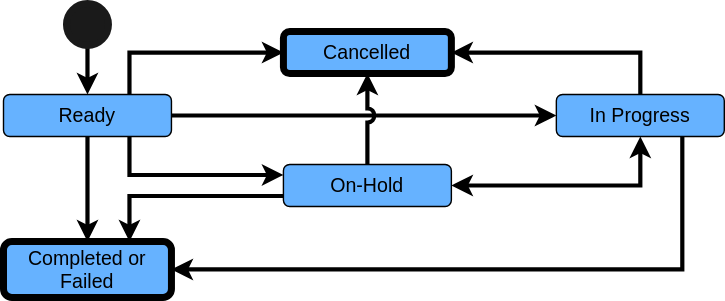
This is input/images/PatientTaskStateDiagram.svg from HL7/fhir-sdoh-clinicalcare, a draw.io export, as it was before one commit. Source tidied: cells renumbered, new cells last; positions are measured from the earlier drawing's top-left corner, leaving out a move shared by most shapes.
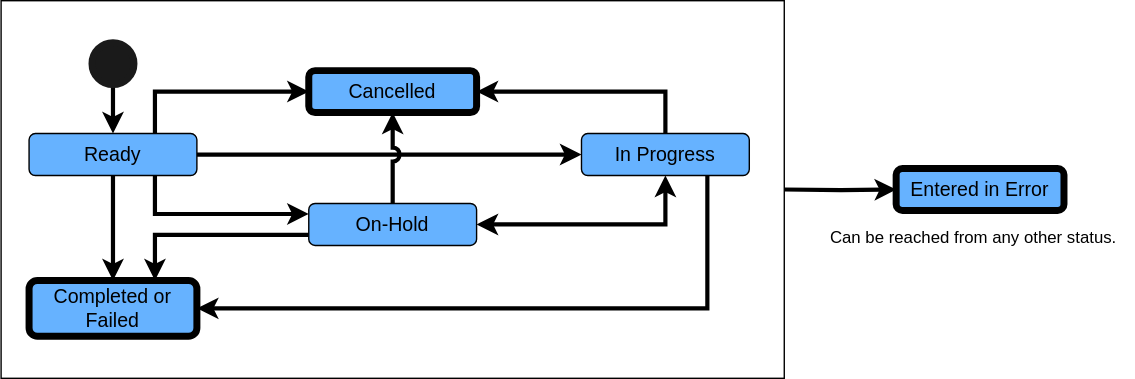
The same diagram one commit later.

Diff of the diagram source:
```diff
@@ -2,6 +2,9 @@
   <root>
     <mxCell id="0" />
     <mxCell id="1" parent="0" />
+    <mxCell id="19" style="rounded=0;whiteSpace=wrap;html=1;" parent="1" vertex="1">
+      <mxGeometry x="-20" y="-30" width="560" height="270" as="geometry" />
+    </mxCell>
     <mxCell id="2" style="edgeStyle=orthogonalEdgeStyle;rounded=0;jumpStyle=arc;jumpSize=6;jettySize=auto;html=1;exitX=1;exitY=0.5;exitDx=0;exitDy=0;fontSize=14;startArrow=classic;startFill=1;entryX=0.5;entryY=0;entryDx=0;entryDy=0;strokeWidth=3;endArrow=none;endFill=0;" parent="1" edge="1" source="3" target="10">
       <mxGeometry relative="1" as="geometry" />
     </mxCell>
@@ -55,5 +58,16 @@
     <mxCell id="18" style="ellipse;whiteSpace=wrap;html=1;fontSize=14;strokeWidth=5;fillColor=#1A1A1A;strokeColor=#1A1A1A;" parent="1" vertex="1">
       <mxGeometry x="45" width="30" height="30" as="geometry" />
     </mxCell>
+    <mxCell id="20" value="&lt;font style=&quot;font-size: 14px;&quot;&gt;Entered in Error&lt;/font&gt;" style="rounded=1;whiteSpace=wrap;html=1;fillColor=#66B2FF;strokeWidth=5;" parent="1" vertex="1">
+      <mxGeometry x="620" y="90" width="120" height="30" as="geometry" />
+    </mxCell>
+    <mxCell id="21" style="edgeStyle=orthogonalEdgeStyle;rounded=0;jettySize=auto;html=1;exitX=1;exitY=0.5;exitDx=0;exitDy=0;entryX=0;entryY=0.5;entryDx=0;entryDy=0;fontSize=14;strokeWidth=3;" parent="1" edge="1" target="20">
+      <mxGeometry relative="1" as="geometry">
+        <mxPoint x="540" y="105" as="sourcePoint" />
+      </mxGeometry>
+    </mxCell>
+    <mxCell id="22" value="Can be reached from any other status." style="text;html=1;align=center;verticalAlign=middle;strokeColor=none;fillColor=none;" parent="1" vertex="1">
+      <mxGeometry x="560" y="125" width="230" height="30" as="geometry" />
+    </mxCell>
   </root>
 </mxGraphModel>
```
